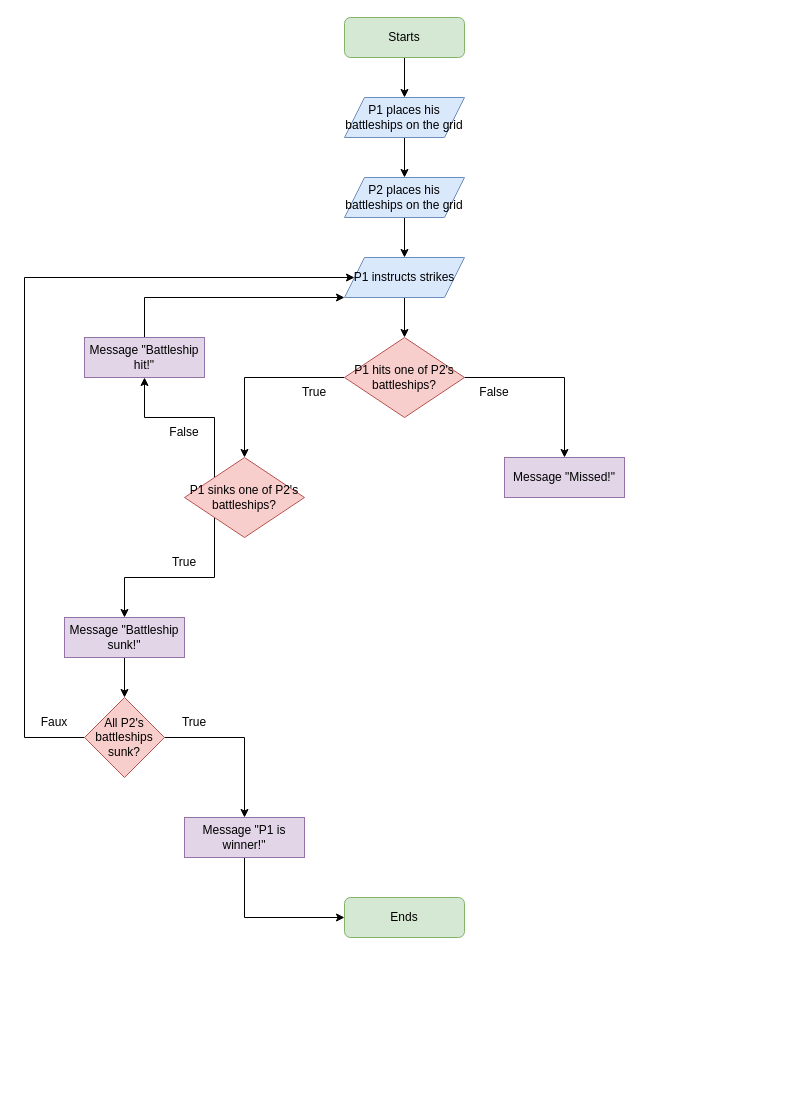
This is Flowchart_battleships_game.drawio from tinghaoK7727/Battleships_game, a draw.io file, before an edit. Source tidied: cells renumbered, new cells numbered last; positions are measured from the earlier drawing's top-left corner, leaving out a move shared by most shapes. Both pictures are drawn from the tidied source at 100%, with x=0, y=0 at pixel (24, 17).
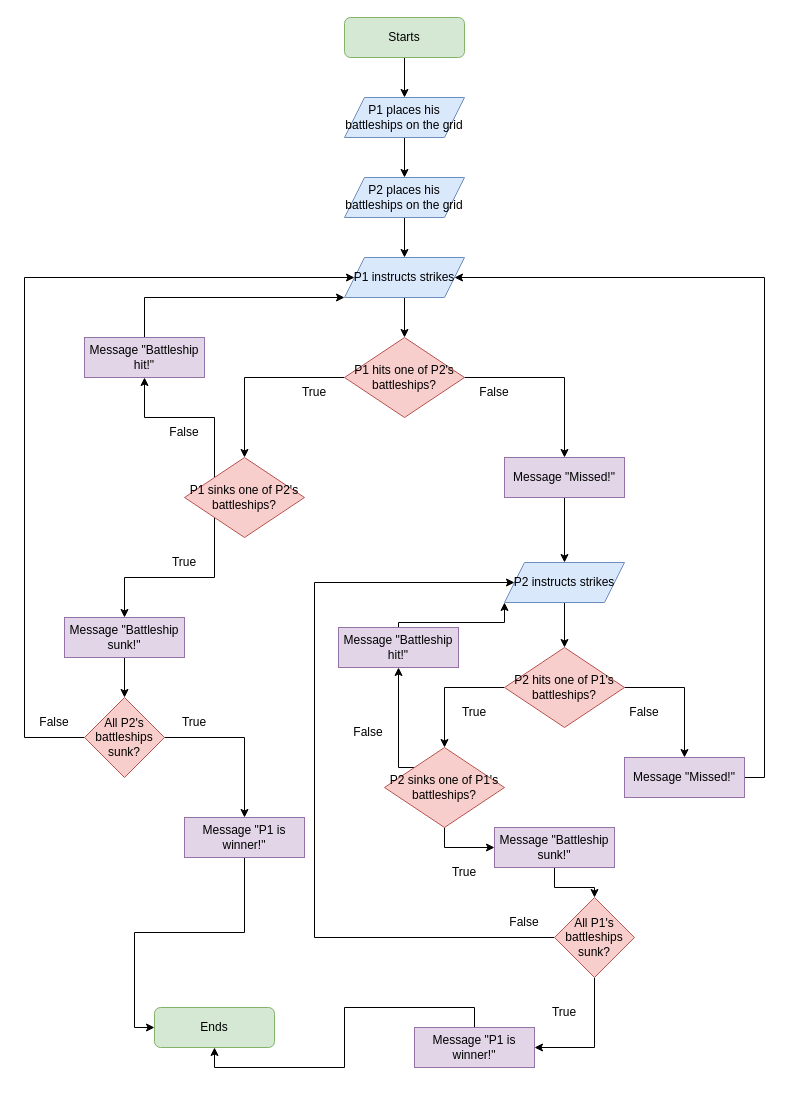
The same diagram, later.

Unchanged cells that the change refers to:
```xml
<mxCell id="9" value="P1 instructs strikes" style="shape=parallelogram;perimeter=parallelogramPerimeter;whiteSpace=wrap;html=1;fixedSize=1;fillColor=#dae8fc;strokeColor=#6c8ebf;" parent="1" vertex="1">
  <mxGeometry x="320" y="240" width="120" height="40" as="geometry" />
</mxCell>
<mxCell id="31" value="Message &quot;Missed!&quot;" style="rounded=0;whiteSpace=wrap;html=1;fillColor=#e1d5e7;strokeColor=#9673a6;" parent="1" vertex="1">
  <mxGeometry x="480" y="440" width="120" height="40" as="geometry" />
</mxCell>
```

The edit, as a diff of the source:
```diff
@@
     <mxCell id="27" value="Ends" style="rounded=1;whiteSpace=wrap;html=1;fillColor=#d5e8d4;strokeColor=#82b366;" parent="1" vertex="1">
-      <mxGeometry x="320" y="880" width="120" height="40" as="geometry" />
+      <mxGeometry x="130" y="990" width="120" height="40" as="geometry" />
     </mxCell>
@@
-    <mxCell id="29" value="Faux" style="text;html=1;strokeColor=none;fillColor=none;align=center;verticalAlign=middle;whiteSpace=wrap;rounded=0;" parent="1" vertex="1">
+    <mxCell id="29" value="False" style="text;html=1;strokeColor=none;fillColor=none;align=center;verticalAlign=middle;whiteSpace=wrap;rounded=0;" parent="1" vertex="1">
       <mxGeometry y="690" width="60" height="30" as="geometry" />
     </mxCell>
@@
+    <mxCell id="33" style="edgeStyle=orthogonalEdgeStyle;rounded=0;jettySize=auto;html=1;exitX=0.5;exitY=1;exitDx=0;exitDy=0;entryX=0.5;entryY=0;entryDx=0;entryDy=0;" parent="1" edge="1" source="31" target="35">
+      <mxGeometry relative="1" as="geometry" />
+    </mxCell>
@@
+    <mxCell id="34" style="edgeStyle=orthogonalEdgeStyle;rounded=0;jettySize=auto;html=1;exitX=0.5;exitY=1;exitDx=0;exitDy=0;entryX=0.5;entryY=0;entryDx=0;entryDy=0;" parent="1" edge="1" source="35" target="38">
+      <mxGeometry relative="1" as="geometry" />
+    </mxCell>
+    <mxCell id="35" value="P2 instructs strikes" style="shape=parallelogram;perimeter=parallelogramPerimeter;whiteSpace=wrap;html=1;fixedSize=1;fillColor=#dae8fc;strokeColor=#6c8ebf;" parent="1" vertex="1">
+      <mxGeometry x="480" y="545" width="120" height="40" as="geometry" />
+    </mxCell>
+    <mxCell id="36" style="edgeStyle=orthogonalEdgeStyle;rounded=0;jettySize=auto;html=1;exitX=0;exitY=0.5;exitDx=0;exitDy=0;entryX=0.5;entryY=0;entryDx=0;entryDy=0;" parent="1" edge="1" source="38" target="41">
+      <mxGeometry relative="1" as="geometry" />
+    </mxCell>
+    <mxCell id="37" style="edgeStyle=orthogonalEdgeStyle;rounded=0;jettySize=auto;html=1;exitX=1;exitY=0.5;exitDx=0;exitDy=0;entryX=0.5;entryY=0;entryDx=0;entryDy=0;" parent="1" edge="1" source="38" target="44">
+      <mxGeometry relative="1" as="geometry" />
+    </mxCell>
+    <mxCell id="38" value="P2 hits one of P1's battleships?" style="rhombus;whiteSpace=wrap;html=1;fillColor=#f8cecc;strokeColor=#b85450;" parent="1" vertex="1">
+      <mxGeometry x="480" y="630" width="120" height="80" as="geometry" />
+    </mxCell>
+    <mxCell id="39" style="edgeStyle=orthogonalEdgeStyle;rounded=0;jettySize=auto;html=1;exitX=0.5;exitY=1;exitDx=0;exitDy=0;entryX=0;entryY=0.5;entryDx=0;entryDy=0;" parent="1" edge="1" source="41" target="47">
+      <mxGeometry relative="1" as="geometry" />
+    </mxCell>
+    <mxCell id="40" style="edgeStyle=orthogonalEdgeStyle;rounded=0;jettySize=auto;html=1;exitX=0;exitY=0;exitDx=0;exitDy=0;entryX=0.5;entryY=1;entryDx=0;entryDy=0;" parent="1" edge="1" source="41" target="57">
+      <mxGeometry relative="1" as="geometry">
+        <Array as="points">
+          <mxPoint x="374" y="750" />
+        </Array>
+      </mxGeometry>
+    </mxCell>
+    <mxCell id="41" value="P2 sinks one of P1's battleships?" style="rhombus;whiteSpace=wrap;html=1;fillColor=#f8cecc;strokeColor=#b85450;" parent="1" vertex="1">
+      <mxGeometry x="360" y="730" width="120" height="80" as="geometry" />
+    </mxCell>
+    <mxCell id="42" value="True" style="text;html=1;strokeColor=none;fillColor=none;align=center;verticalAlign=middle;whiteSpace=wrap;rounded=0;" parent="1" vertex="1">
+      <mxGeometry x="420" y="680" width="60" height="30" as="geometry" />
+    </mxCell>
+    <mxCell id="43" style="edgeStyle=orthogonalEdgeStyle;rounded=0;jettySize=auto;html=1;exitX=1;exitY=0.5;exitDx=0;exitDy=0;entryX=1;entryY=0.5;entryDx=0;entryDy=0;" parent="1" edge="1" source="44" target="9">
+      <mxGeometry relative="1" as="geometry">
+        <Array as="points">
+          <mxPoint x="740" y="760" />
+          <mxPoint x="740" y="260" />
+        </Array>
+      </mxGeometry>
+    </mxCell>
+    <mxCell id="44" value="Message &quot;Missed!&quot;" style="rounded=0;whiteSpace=wrap;html=1;fillColor=#e1d5e7;strokeColor=#9673a6;" parent="1" vertex="1">
+      <mxGeometry x="600" y="740" width="120" height="40" as="geometry" />
+    </mxCell>
+    <mxCell id="45" value="False" style="text;html=1;strokeColor=none;fillColor=none;align=center;verticalAlign=middle;whiteSpace=wrap;rounded=0;" parent="1" vertex="1">
+      <mxGeometry x="590" y="680" width="60" height="30" as="geometry" />
+    </mxCell>
+    <mxCell id="46" style="edgeStyle=orthogonalEdgeStyle;rounded=0;jettySize=auto;html=1;exitX=0.5;exitY=1;exitDx=0;exitDy=0;" parent="1" edge="1" source="47" target="50">
+      <mxGeometry relative="1" as="geometry" />
+    </mxCell>
+    <mxCell id="47" value="Message &quot;Battleship sunk!&quot;" style="rounded=0;whiteSpace=wrap;html=1;fillColor=#e1d5e7;strokeColor=#9673a6;" parent="1" vertex="1">
+      <mxGeometry x="470" y="810" width="120" height="40" as="geometry" />
+    </mxCell>
+    <mxCell id="48" style="edgeStyle=orthogonalEdgeStyle;rounded=0;jettySize=auto;html=1;exitX=0.5;exitY=1;exitDx=0;exitDy=0;entryX=1;entryY=0.5;entryDx=0;entryDy=0;" parent="1" edge="1" source="50" target="52">
+      <mxGeometry relative="1" as="geometry" />
+    </mxCell>
+    <mxCell id="49" style="edgeStyle=orthogonalEdgeStyle;rounded=0;jettySize=auto;html=1;exitX=0;exitY=0.5;exitDx=0;exitDy=0;entryX=0;entryY=0.5;entryDx=0;entryDy=0;startArrow=none;" parent="1" edge="1" source="50" target="35">
+      <mxGeometry relative="1" as="geometry">
+        <Array as="points">
+          <mxPoint x="290" y="920" />
+          <mxPoint x="290" y="565" />
+        </Array>
+      </mxGeometry>
+    </mxCell>
+    <mxCell id="50" value="All P1's battleships sunk?" style="rhombus;whiteSpace=wrap;html=1;fillColor=#f8cecc;strokeColor=#b85450;" parent="1" vertex="1">
+      <mxGeometry x="530" y="880" width="80" height="80" as="geometry" />
+    </mxCell>
+    <mxCell id="51" style="edgeStyle=orthogonalEdgeStyle;rounded=0;jettySize=auto;html=1;exitX=0.5;exitY=0;exitDx=0;exitDy=0;entryX=0.5;entryY=1;entryDx=0;entryDy=0;" parent="1" edge="1" source="52" target="27">
+      <mxGeometry relative="1" as="geometry" />
+    </mxCell>
+    <mxCell id="52" value="Message &quot;P1 is winner!&quot;" style="rounded=0;whiteSpace=wrap;html=1;fillColor=#e1d5e7;strokeColor=#9673a6;" parent="1" vertex="1">
+      <mxGeometry x="390" y="1010" width="120" height="40" as="geometry" />
+    </mxCell>
+    <mxCell id="53" value="True" style="text;html=1;strokeColor=none;fillColor=none;align=center;verticalAlign=middle;whiteSpace=wrap;rounded=0;" parent="1" vertex="1">
+      <mxGeometry x="510" y="980" width="60" height="30" as="geometry" />
+    </mxCell>
+    <mxCell id="54" value="False" style="text;html=1;strokeColor=none;fillColor=none;align=center;verticalAlign=middle;whiteSpace=wrap;rounded=0;" parent="1" vertex="1">
+      <mxGeometry x="470" y="890" width="60" height="30" as="geometry" />
+    </mxCell>
+    <mxCell id="55" value="True" style="text;html=1;strokeColor=none;fillColor=none;align=center;verticalAlign=middle;whiteSpace=wrap;rounded=0;" parent="1" vertex="1">
+      <mxGeometry x="410" y="840" width="60" height="30" as="geometry" />
+    </mxCell>
+    <mxCell id="56" style="edgeStyle=orthogonalEdgeStyle;rounded=0;jettySize=auto;html=1;exitX=0.5;exitY=0;exitDx=0;exitDy=0;entryX=0;entryY=1;entryDx=0;entryDy=0;" parent="1" edge="1" source="57" target="35">
+      <mxGeometry relative="1" as="geometry">
+        <Array as="points">
+          <mxPoint x="374" y="605" />
+          <mxPoint x="480" y="605" />
+        </Array>
+      </mxGeometry>
+    </mxCell>
+    <mxCell id="57" value="Message &quot;Battleship hit!&quot;" style="rounded=0;whiteSpace=wrap;html=1;fillColor=#e1d5e7;strokeColor=#9673a6;" parent="1" vertex="1">
+      <mxGeometry x="314" y="610" width="120" height="40" as="geometry" />
+    </mxCell>
+    <mxCell id="58" value="False" style="text;html=1;strokeColor=none;fillColor=none;align=center;verticalAlign=middle;whiteSpace=wrap;rounded=0;" parent="1" vertex="1">
+      <mxGeometry x="314" y="700" width="60" height="30" as="geometry" />
+    </mxCell>
```
